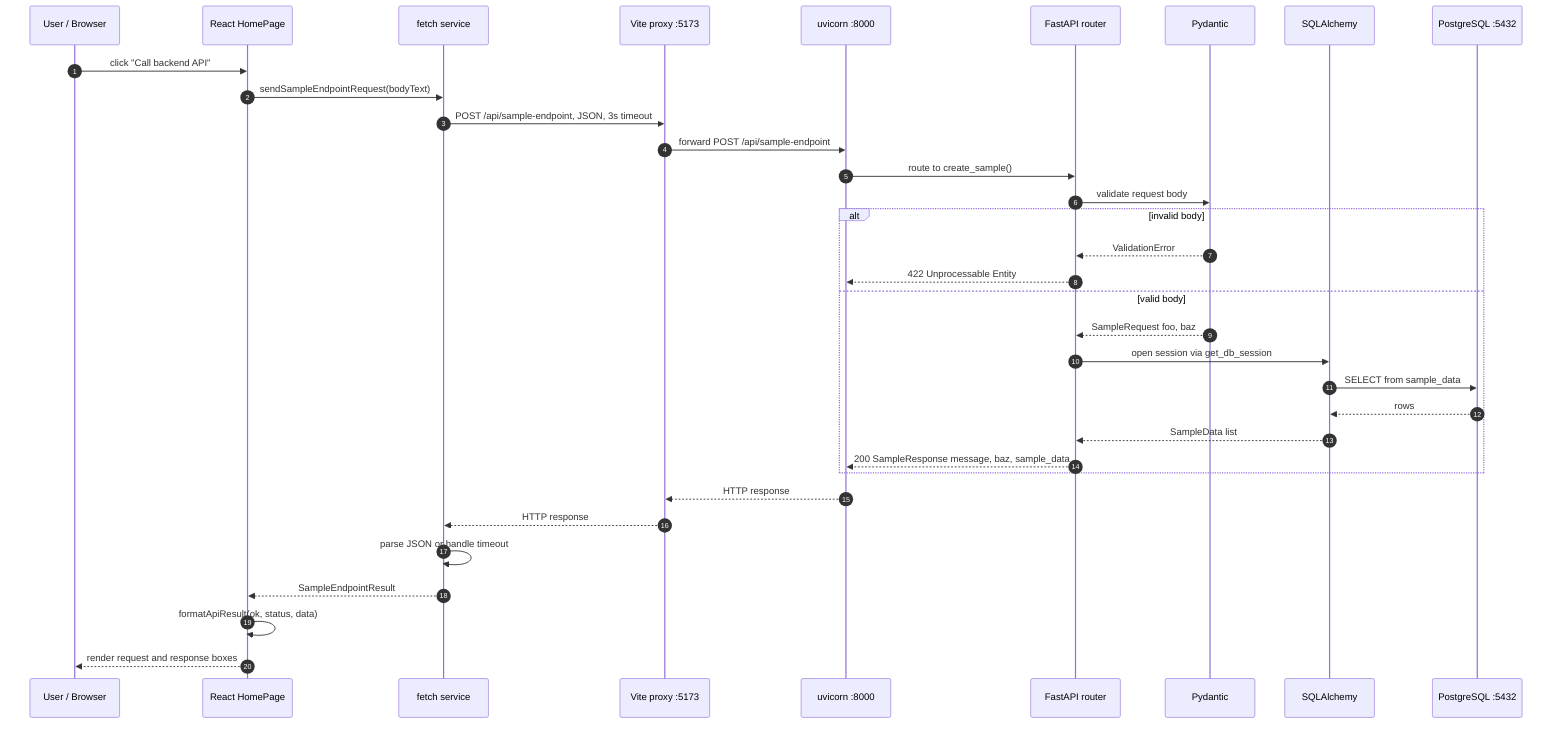
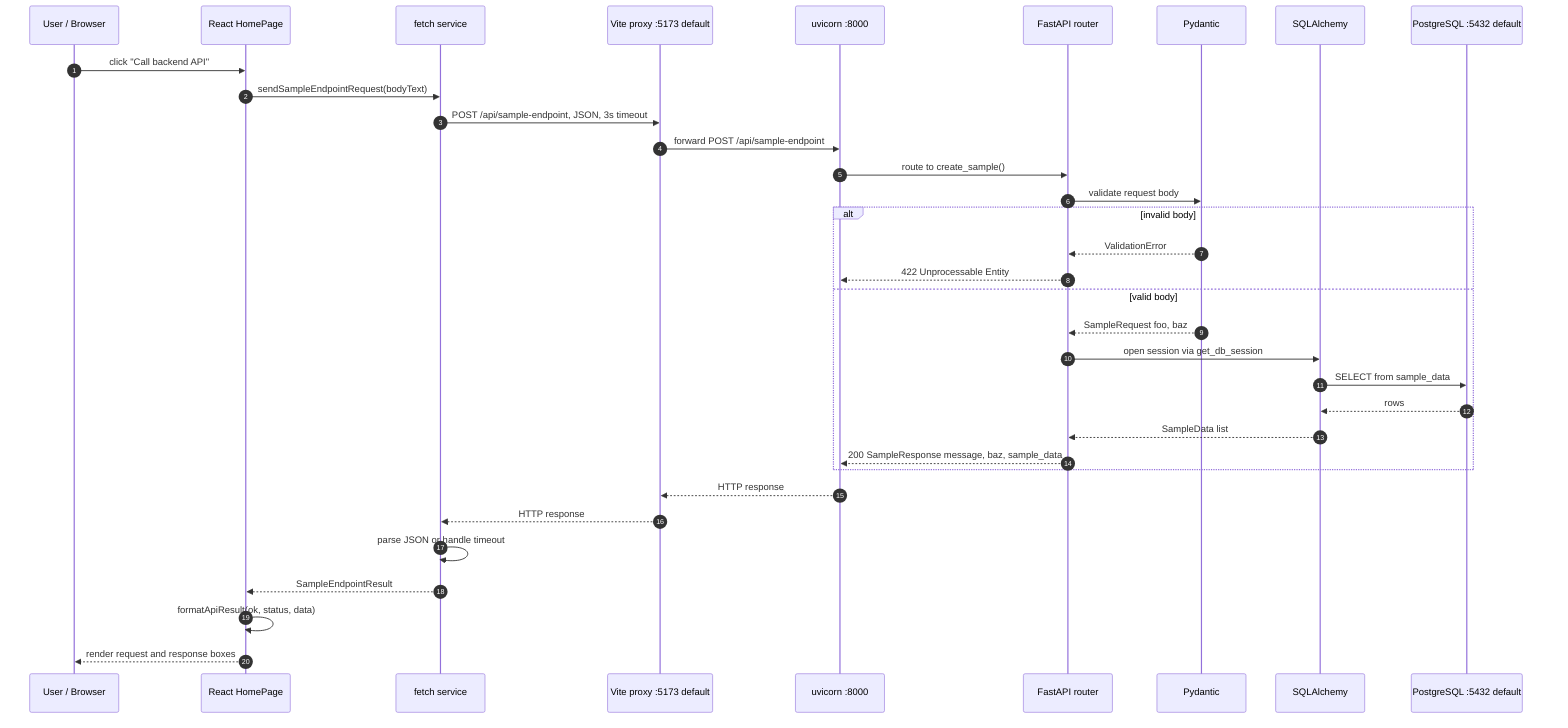
sequenceDiagram
    autonumber
    participant U as User / Browser
    participant R as React HomePage
    participant S as fetch service
-     participant V as Vite proxy :5173
+     participant V as Vite proxy :5173 default
    participant K as uvicorn :8000
    participant F as FastAPI router
    participant P as Pydantic
    participant O as SQLAlchemy
-     participant DB as PostgreSQL :5432
+     participant DB as PostgreSQL :5432 default

    U->>R: click "Call backend API"
    R->>S: sendSampleEndpointRequest(bodyText)
    S->>V: POST /api/sample-endpoint, JSON, 3s timeout
    V->>K: forward POST /api/sample-endpoint
    K->>F: route to create_sample()
    F->>P: validate request body
    alt invalid body
        P-->>F: ValidationError
        F-->>K: 422 Unprocessable Entity
    else valid body
        P-->>F: SampleRequest foo, baz
        F->>O: open session via get_db_session
        O->>DB: SELECT from sample_data
        DB-->>O: rows
        O-->>F: SampleData list
        F-->>K: 200 SampleResponse message, baz, sample_data
    end
    K-->>V: HTTP response
    V-->>S: HTTP response
    S->>S: parse JSON or handle timeout
    S-->>R: SampleEndpointResult
    R->>R: formatApiResult(ok, status, data)
    R-->>U: render request and response boxes
